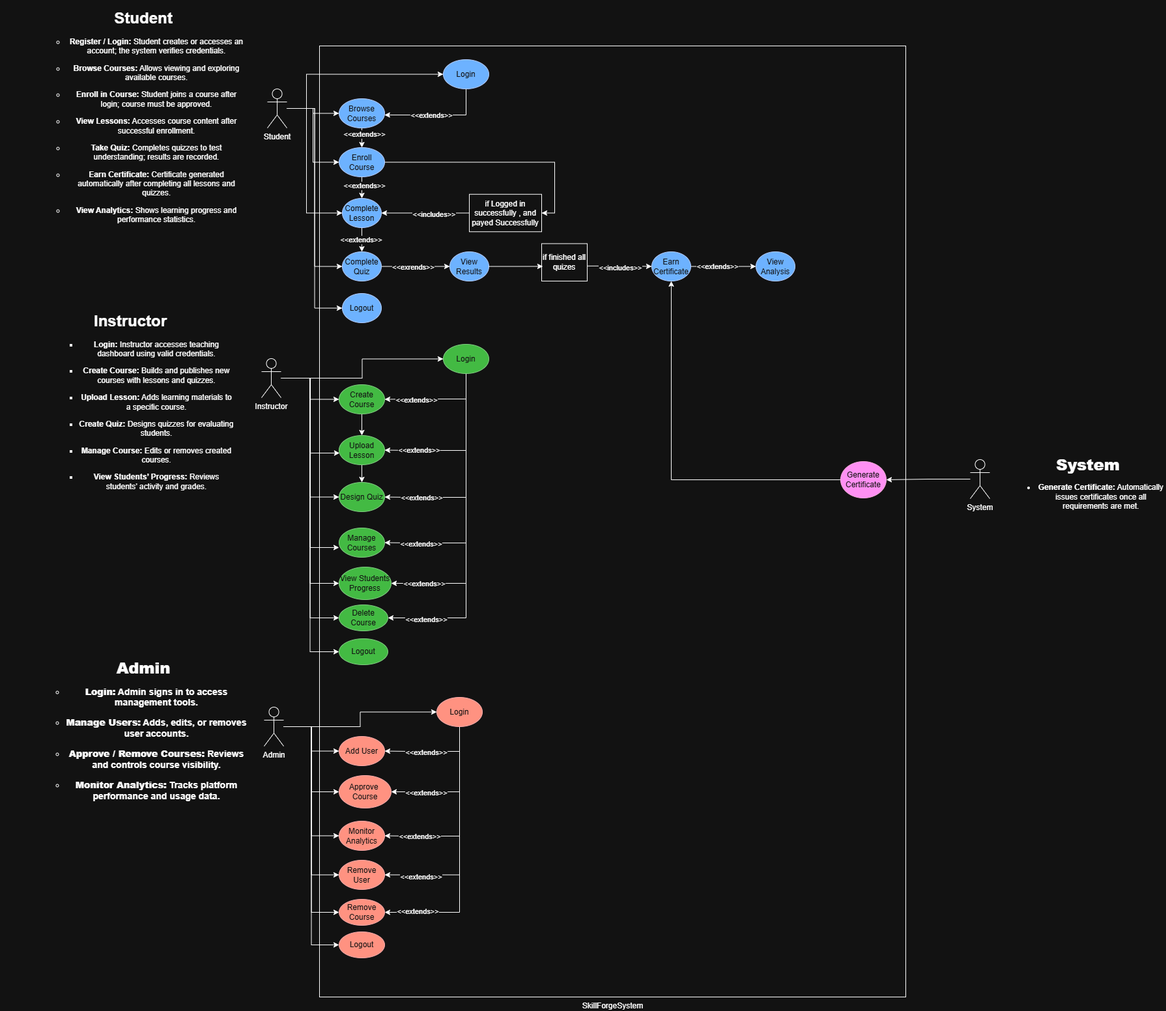
23010477/Lab6_SkillForge keeps this draw.io diagram as UseCase_Diagram/UseCase.drawio.png. Above is the earlier version. Source tidied: cells renumbered, new cells last; positions are measured from the earlier drawing's top-left corner, leaving out a move shared by most shapes.
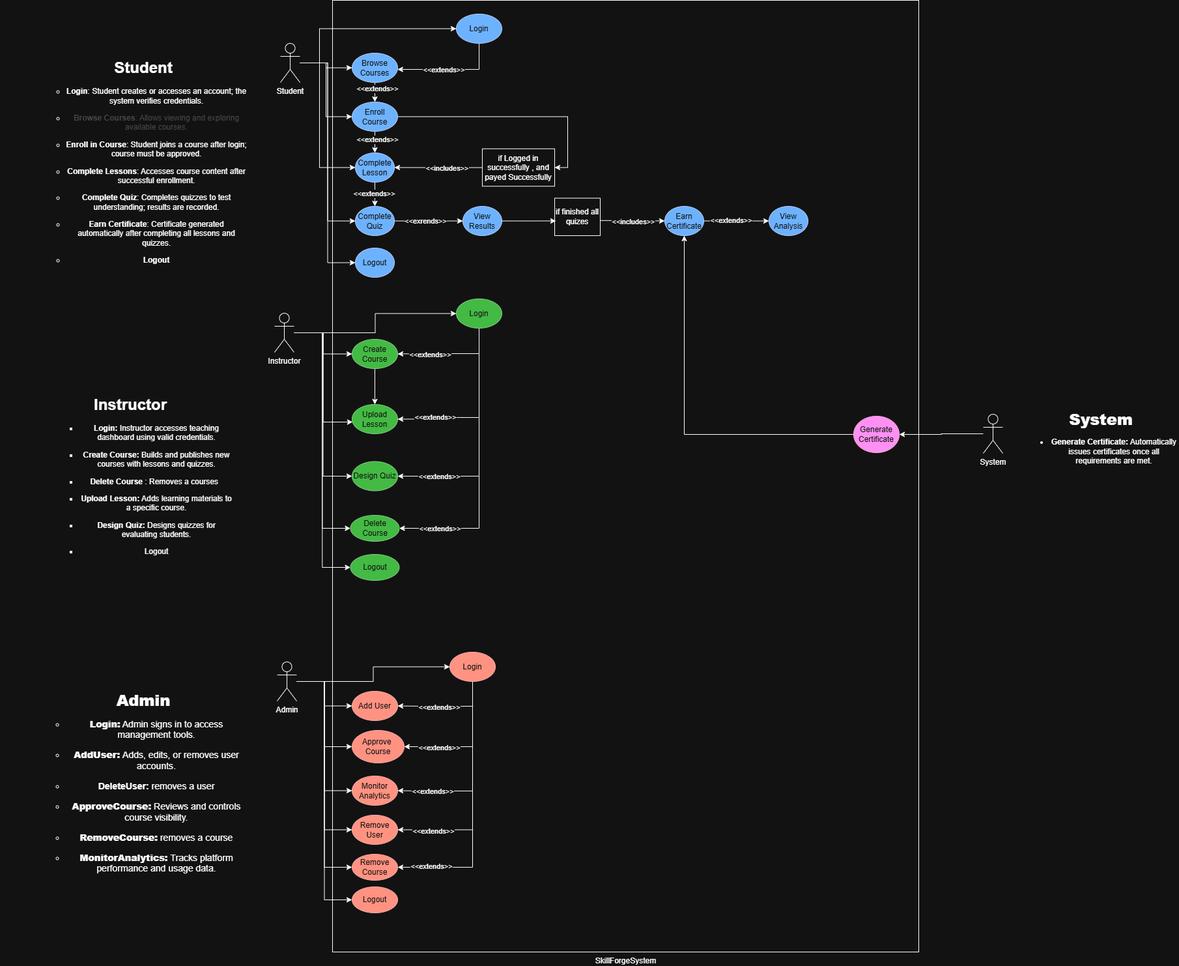
Above is the later version.

Commit message:
added photos of usecase and sequence

What changed in the source:
```diff
@@ -42,9 +42,6 @@
     <mxCell id="11" style="edgeStyle=orthogonalEdgeStyle;rounded=0;jettySize=auto;html=1;entryX=0;entryY=0.5;entryDx=0;entryDy=0;" parent="1" edge="1" source="16" target="72">
       <mxGeometry relative="1" as="geometry" />
     </mxCell>
-    <mxCell id="12" style="edgeStyle=orthogonalEdgeStyle;rounded=0;jettySize=auto;html=1;entryX=0;entryY=0.5;entryDx=0;entryDy=0;" parent="1" edge="1" source="16" target="75">
-      <mxGeometry relative="1" as="geometry" />
-    </mxCell>
     <mxCell id="13" style="edgeStyle=orthogonalEdgeStyle;rounded=0;jettySize=auto;html=1;entryX=0;entryY=0.5;entryDx=0;entryDy=0;" parent="1" edge="1" source="16" target="94">
       <mxGeometry relative="1" as="geometry" />
     </mxCell>
@@ -196,8 +193,9 @@
     <mxCell id="56" style="edgeStyle=orthogonalEdgeStyle;rounded=0;jettySize=auto;html=1;entryX=1;entryY=0.5;entryDx=0;entryDy=0;" parent="1" edge="1" source="66" target="70">
       <mxGeometry relative="1" as="geometry">
         <Array as="points">
-          <mxPoint x="715" y="681" />
-          <mxPoint x="635" y="681" />
+          <mxPoint x="715" y="700" />
+          <mxPoint x="635" y="700" />
+          <mxPoint x="635" y="702" />
         </Array>
       </mxGeometry>
     </mxCell>
@@ -209,8 +207,7 @@
     <mxCell id="58" style="edgeStyle=orthogonalEdgeStyle;rounded=0;jettySize=auto;html=1;entryX=1;entryY=0.5;entryDx=0;entryDy=0;" parent="1" edge="1" source="66" target="72">
       <mxGeometry relative="1" as="geometry">
         <Array as="points">
-          <mxPoint x="715" y="753" />
-          <mxPoint x="635" y="753" />
+          <mxPoint x="715" y="790" />
         </Array>
       </mxGeometry>
     </mxCell>
@@ -219,36 +216,17 @@
         <mxPoint x="6" as="offset" />
       </mxGeometry>
     </mxCell>
-    <mxCell id="60" style="edgeStyle=orthogonalEdgeStyle;rounded=0;jettySize=auto;html=1;entryX=1;entryY=0.5;entryDx=0;entryDy=0;" parent="1" edge="1" source="66" target="73">
-      <mxGeometry relative="1" as="geometry">
-        <Array as="points">
-          <mxPoint x="715" y="823" />
-          <mxPoint x="635" y="823" />
-        </Array>
-      </mxGeometry>
-    </mxCell>
-    <mxCell id="61" value="&amp;lt;&amp;lt;extends&amp;gt;&amp;gt;" style="edgeLabel;html=1;align=center;verticalAlign=middle;" parent="60" vertex="1">
-      <mxGeometry x="0.71" y="1" relative="1" as="geometry" />
-    </mxCell>
-    <mxCell id="62" style="edgeStyle=orthogonalEdgeStyle;rounded=0;jettySize=auto;html=1;entryX=1;entryY=0.5;entryDx=0;entryDy=0;" parent="1" edge="1" source="66" target="75">
-      <mxGeometry relative="1" as="geometry">
-        <Array as="points">
-          <mxPoint x="715" y="885" />
-        </Array>
-      </mxGeometry>
-    </mxCell>
-    <mxCell id="63" value="&amp;lt;&amp;lt;extends&amp;gt;&amp;gt;" style="edgeLabel;html=1;align=center;verticalAlign=middle;" parent="62" vertex="1">
-      <mxGeometry x="0.77" relative="1" as="geometry" />
-    </mxCell>
     <mxCell id="64" style="edgeStyle=orthogonalEdgeStyle;rounded=0;jettySize=auto;html=1;entryX=1;entryY=0.5;entryDx=0;entryDy=0;" parent="1" edge="1" source="66" target="94">
       <mxGeometry relative="1" as="geometry">
         <Array as="points">
-          <mxPoint x="715" y="938" />
+          <mxPoint x="715" y="870" />
         </Array>
       </mxGeometry>
     </mxCell>
     <mxCell id="65" value="&amp;lt;&amp;lt;extends&amp;gt;&amp;gt;" style="edgeLabel;html=1;align=center;verticalAlign=middle;" parent="64" vertex="1">
-      <mxGeometry x="0.77" y="2" relative="1" as="geometry" />
+      <mxGeometry x="0.77" y="2" relative="1" as="geometry">
+        <mxPoint x="13" y="-2" as="offset" />
+      </mxGeometry>
     </mxCell>
     <mxCell id="66" value="Login" style="ellipse;whiteSpace=wrap;html=1;fillColor=#008a00;fontColor=#ffffff;strokeColor=#005700;shadow=0;" parent="1" vertex="1">
       <mxGeometry x="680" y="518" width="70" height="45" as="geometry" />
@@ -259,29 +237,15 @@
     <mxCell id="68" value="Create Course" style="ellipse;whiteSpace=wrap;html=1;fillColor=#008a00;fontColor=#ffffff;strokeColor=#005700;shadow=0;" parent="1" vertex="1">
       <mxGeometry x="520" y="580" width="70" height="45" as="geometry" />
     </mxCell>
-    <mxCell id="69" style="edgeStyle=orthogonalEdgeStyle;rounded=0;jettySize=auto;html=1;" parent="1" edge="1" source="70">
-      <mxGeometry relative="1" as="geometry">
-        <mxPoint x="555" y="730" as="targetPoint" />
-      </mxGeometry>
-    </mxCell>
     <mxCell id="70" value="Upload Lesson" style="ellipse;whiteSpace=wrap;html=1;fillColor=#008a00;fontColor=#ffffff;strokeColor=#005700;shadow=0;" parent="1" vertex="1">
-      <mxGeometry x="520" y="658" width="70" height="45" as="geometry" />
+      <mxGeometry x="520" y="680" width="70" height="45" as="geometry" />
     </mxCell>
     <mxCell id="71" style="edgeStyle=orthogonalEdgeStyle;rounded=0;jettySize=auto;html=1;entryX=0.013;entryY=0.6;entryDx=0;entryDy=0;entryPerimeter=0;" parent="1" edge="1" source="16" target="70">
       <mxGeometry relative="1" as="geometry" />
     </mxCell>
     <mxCell id="72" value="Design Quiz" style="ellipse;whiteSpace=wrap;html=1;fillColor=#008a00;fontColor=#ffffff;strokeColor=#005700;shadow=0;" parent="1" vertex="1">
-      <mxGeometry x="520" y="730" width="70" height="45" as="geometry" />
+      <mxGeometry x="520" y="767.5" width="70" height="45" as="geometry" />
     </mxCell>
-    <mxCell id="73" value="Manage Courses" style="ellipse;whiteSpace=wrap;html=1;fillColor=#008a00;fontColor=#ffffff;strokeColor=#005700;shadow=0;" parent="1" vertex="1">
-      <mxGeometry x="520" y="800" width="70" height="45" as="geometry" />
-    </mxCell>
-    <mxCell id="74" style="edgeStyle=orthogonalEdgeStyle;rounded=0;jettySize=auto;html=1;entryX=0;entryY=0.667;entryDx=0;entryDy=0;entryPerimeter=0;" parent="1" edge="1" source="16" target="73">
-      <mxGeometry relative="1" as="geometry" />
-    </mxCell>
-    <mxCell id="75" value="View Students Progress" style="ellipse;whiteSpace=wrap;html=1;fillColor=#008a00;fontColor=#ffffff;strokeColor=#005700;shadow=0;" parent="1" vertex="1">
-      <mxGeometry x="520" y="860" width="80" height="50" as="geometry" />
-    </mxCell>
     <mxCell id="76" style="edgeStyle=orthogonalEdgeStyle;rounded=0;jettySize=auto;html=1;entryX=1;entryY=0.5;entryDx=0;entryDy=0;" parent="1" edge="1" source="86" target="87">
       <mxGeometry relative="1" as="geometry">
         <Array as="points">
@@ -359,10 +323,10 @@
       <mxGeometry x="525" y="440" width="60" height="45" as="geometry" />
     </mxCell>
     <mxCell id="94" value="Delete Course" style="ellipse;whiteSpace=wrap;html=1;fillColor=#008a00;fontColor=#ffffff;strokeColor=#005700;shadow=0;" parent="1" vertex="1">
-      <mxGeometry x="520" y="918" width="75" height="40" as="geometry" />
+      <mxGeometry x="517.5" y="850" width="75" height="40" as="geometry" />
     </mxCell>
     <mxCell id="95" value="Logout" style="ellipse;whiteSpace=wrap;html=1;fillColor=#008a00;fontColor=#ffffff;strokeColor=#005700;shadow=0;" parent="1" vertex="1">
-      <mxGeometry x="520" y="970" width="75" height="40" as="geometry" />
+      <mxGeometry x="517.5" y="910" width="75" height="40" as="geometry" />
     </mxCell>
     <mxCell id="96" value="Remove User" style="ellipse;whiteSpace=wrap;html=1;fillColor=#e51400;fontColor=#ffffff;strokeColor=#B20000;" parent="1" vertex="1">
       <mxGeometry x="520" y="1310" width="70" height="45" as="geometry" />
@@ -373,14 +337,14 @@
     <mxCell id="98" value="Logout" style="ellipse;whiteSpace=wrap;html=1;fillColor=#e51400;fontColor=#ffffff;strokeColor=#B20000;" parent="1" vertex="1">
       <mxGeometry x="520" y="1420" width="70" height="40" as="geometry" />
     </mxCell>
-    <mxCell id="99" value="&lt;ul&gt;&lt;h3&gt;&lt;strong&gt;&lt;font style=&quot;font-size: 24px;&quot;&gt;Admin&lt;/font&gt;&lt;/strong&gt;&lt;/h3&gt;&lt;h3&gt;&lt;ul&gt;&lt;li&gt;&lt;p&gt;&lt;strong&gt;Login:&lt;/strong&gt;&amp;nbsp;Admin signs in to access management tools.&lt;/p&gt;&lt;/li&gt;&lt;li&gt;&lt;p&gt;&lt;strong&gt;Manage Users:&lt;/strong&gt;&amp;nbsp;Adds, edits, or removes user accounts.&lt;/p&gt;&lt;/li&gt;&lt;li&gt;&lt;p&gt;&lt;strong&gt;Approve / Remove Courses:&lt;/strong&gt;&amp;nbsp;Reviews and controls course visibility.&lt;/p&gt;&lt;/li&gt;&lt;li&gt;&lt;p&gt;&lt;strong&gt;Monitor Analytics:&lt;/strong&gt;&amp;nbsp;Tracks platform performance and usage data.&lt;/p&gt;&lt;/li&gt;&lt;/ul&gt;&lt;/h3&gt;&lt;/ul&gt;" style="text;html=1;whiteSpace=wrap;strokeColor=none;fillColor=none;align=center;verticalAlign=middle;rounded=0;" parent="1" vertex="1">
-      <mxGeometry x="20" y="980" width="360" height="260" as="geometry" />
+    <mxCell id="99" value="&lt;ul&gt;&lt;h3&gt;&lt;strong&gt;&lt;font style=&quot;font-size: 24px;&quot;&gt;Admin&lt;/font&gt;&lt;/strong&gt;&lt;/h3&gt;&lt;h3&gt;&lt;ul&gt;&lt;li&gt;&lt;p&gt;&lt;strong&gt;Login:&lt;/strong&gt;&lt;span style=&quot;font-weight: normal;&quot;&gt;&amp;nbsp;Admin signs in to access management tools.&lt;/span&gt;&lt;/p&gt;&lt;/li&gt;&lt;li&gt;&lt;p&gt;&lt;strong&gt;AddUser:&lt;/strong&gt;&amp;nbsp;&lt;span style=&quot;font-weight: normal;&quot;&gt;Adds, edits, or removes user accounts.&lt;/span&gt;&lt;/p&gt;&lt;/li&gt;&lt;li&gt;&lt;p&gt;DeleteUser: &lt;span style=&quot;font-weight: normal;&quot;&gt;removes a user&lt;/span&gt;&lt;/p&gt;&lt;/li&gt;&lt;li&gt;&lt;p&gt;&lt;strong&gt;ApproveCourse:&lt;/strong&gt;&amp;nbsp;&lt;span style=&quot;font-weight: normal;&quot;&gt;Reviews and controls course visibility.&lt;/span&gt;&lt;/p&gt;&lt;/li&gt;&lt;li&gt;&lt;p&gt;&lt;strong style=&quot;&quot;&gt;RemoveCourse:&lt;/strong&gt;&lt;strong style=&quot;font-weight: normal;&quot;&gt; &lt;/strong&gt;&lt;span style=&quot;font-weight: normal;&quot;&gt;removes a course&lt;/span&gt;&lt;/p&gt;&lt;/li&gt;&lt;li&gt;&lt;p&gt;&lt;strong&gt;MonitorAnalytics:&lt;/strong&gt;&amp;nbsp;&lt;span style=&quot;font-weight: normal;&quot;&gt;Tracks platform performance and usage data.&lt;/span&gt;&lt;/p&gt;&lt;/li&gt;&lt;/ul&gt;&lt;/h3&gt;&lt;/ul&gt;" style="text;html=1;whiteSpace=wrap;strokeColor=none;fillColor=none;align=center;verticalAlign=middle;rounded=0;" parent="1" vertex="1">
+      <mxGeometry y="1130" width="360" height="260" as="geometry" />
     </mxCell>
-    <mxCell id="100" value="&lt;ul&gt;&lt;h3 style=&quot;forced-color-adjust: none; box-shadow: none !important;&quot;&gt;&lt;span style=&quot;forced-color-adjust: none; box-shadow: none !important;&quot;&gt;&lt;font style=&quot;forced-color-adjust: none; box-shadow: none !important; font-size: 24px;&quot;&gt;Instructor&lt;/font&gt;&lt;/span&gt;&lt;/h3&gt;&lt;h3&gt;&lt;ul style=&quot;font-size: 12px; font-weight: 400;&quot;&gt;&lt;ul&gt;&lt;li&gt;&lt;p&gt;&lt;strong&gt;Login:&lt;/strong&gt;&amp;nbsp;Instructor accesses teaching dashboard using valid credentials.&lt;/p&gt;&lt;/li&gt;&lt;li&gt;&lt;p&gt;&lt;strong&gt;Create Course:&lt;/strong&gt;&amp;nbsp;Builds and publishes new courses with lessons and quizzes.&lt;/p&gt;&lt;/li&gt;&lt;li&gt;&lt;p&gt;&lt;strong&gt;Upload Lesson:&lt;/strong&gt;&amp;nbsp;Adds learning materials to a specific course.&lt;/p&gt;&lt;/li&gt;&lt;li&gt;&lt;p&gt;&lt;strong&gt;Create Quiz:&lt;/strong&gt;&amp;nbsp;Designs quizzes for evaluating students.&lt;/p&gt;&lt;/li&gt;&lt;li&gt;&lt;p&gt;&lt;strong&gt;Manage Course:&lt;/strong&gt;&amp;nbsp;Edits or removes created courses.&lt;/p&gt;&lt;/li&gt;&lt;li&gt;&lt;p&gt;&lt;strong&gt;View Students’ Progress:&lt;/strong&gt;&amp;nbsp;Reviews students’ activity and grades.&lt;/p&gt;&lt;/li&gt;&lt;/ul&gt;&lt;/ul&gt;&lt;/h3&gt;&lt;/ul&gt;" style="text;html=1;whiteSpace=wrap;strokeColor=none;fillColor=none;align=center;verticalAlign=middle;rounded=0;" parent="1" vertex="1">
-      <mxGeometry y="457.5" width="360" height="297.5" as="geometry" />
+    <mxCell id="100" value="&lt;ul&gt;&lt;h3 style=&quot;forced-color-adjust: none; box-shadow: none !important;&quot;&gt;&lt;span style=&quot;forced-color-adjust: none; box-shadow: none !important;&quot;&gt;&lt;font style=&quot;forced-color-adjust: none; box-shadow: none !important; font-size: 24px;&quot;&gt;Instructor&lt;/font&gt;&lt;/span&gt;&lt;/h3&gt;&lt;h3&gt;&lt;ul style=&quot;font-size: 12px;&quot;&gt;&lt;ul style=&quot;&quot;&gt;&lt;li style=&quot;font-weight: 400;&quot;&gt;&lt;p&gt;&lt;strong&gt;Login:&lt;/strong&gt;&amp;nbsp;Instructor accesses teaching dashboard using valid credentials.&lt;/p&gt;&lt;/li&gt;&lt;li style=&quot;font-weight: 400;&quot;&gt;&lt;p&gt;&lt;strong&gt;Create Course:&lt;/strong&gt;&amp;nbsp;Builds and publishes new courses with lessons and quizzes.&lt;/p&gt;&lt;/li&gt;&lt;li style=&quot;&quot;&gt;&lt;p style=&quot;&quot;&gt;Delete Course&lt;span style=&quot;font-weight: 400;&quot;&gt; : Removes a courses&amp;nbsp;&amp;nbsp;&lt;/span&gt;&lt;/p&gt;&lt;/li&gt;&lt;li style=&quot;font-weight: 400;&quot;&gt;&lt;p&gt;&lt;strong&gt;Upload Lesson:&lt;/strong&gt;&amp;nbsp;Adds learning materials to a specific course.&lt;/p&gt;&lt;/li&gt;&lt;li style=&quot;font-weight: 400;&quot;&gt;&lt;p&gt;&lt;strong&gt;Design Quiz:&lt;/strong&gt;&amp;nbsp;Designs quizzes for evaluating students.&lt;/p&gt;&lt;/li&gt;&lt;li style=&quot;font-weight: 400;&quot;&gt;&lt;p&gt;Logout&lt;/p&gt;&lt;/li&gt;&lt;/ul&gt;&lt;/ul&gt;&lt;/h3&gt;&lt;/ul&gt;" style="text;html=1;whiteSpace=wrap;strokeColor=none;fillColor=none;align=center;verticalAlign=middle;rounded=0;" parent="1" vertex="1">
+      <mxGeometry x="-20" y="641.2" width="360" height="297.5" as="geometry" />
     </mxCell>
-    <mxCell id="101" value="&lt;ul&gt;&lt;h3&gt;&lt;span&gt;&lt;font style=&quot;font-size: 24px;&quot;&gt;Student&lt;/font&gt;&lt;/span&gt;&lt;/h3&gt;&lt;h3&gt;&lt;ul style=&quot;font-size: 12px; font-weight: 400;&quot;&gt;&lt;li&gt;&lt;p&gt;&lt;strong&gt;Register / Login:&lt;/strong&gt;&amp;nbsp;Student creates or accesses an account; the system verifies credentials.&lt;/p&gt;&lt;/li&gt;&lt;li&gt;&lt;p&gt;&lt;strong&gt;Browse Courses:&lt;/strong&gt;&amp;nbsp;Allows viewing and exploring available courses.&lt;/p&gt;&lt;/li&gt;&lt;li&gt;&lt;p&gt;&lt;strong&gt;Enroll in Course:&lt;/strong&gt;&amp;nbsp;Student joins a course after login; course must be approved.&lt;/p&gt;&lt;/li&gt;&lt;li&gt;&lt;p&gt;&lt;strong&gt;View Lessons:&lt;/strong&gt;&amp;nbsp;Accesses course content after successful enrollment.&lt;/p&gt;&lt;/li&gt;&lt;li&gt;&lt;p&gt;&lt;strong&gt;Take Quiz:&lt;/strong&gt;&amp;nbsp;Completes quizzes to test understanding; results are recorded.&lt;/p&gt;&lt;/li&gt;&lt;li&gt;&lt;p&gt;&lt;strong&gt;Earn Certificate:&lt;/strong&gt;&amp;nbsp;Certificate generated automatically after completing all lessons and quizzes.&lt;/p&gt;&lt;/li&gt;&lt;li&gt;&lt;p&gt;&lt;strong&gt;View Analytics:&lt;/strong&gt;&amp;nbsp;Shows learning progress and performance statistics.&lt;/p&gt;&lt;br&gt;&lt;/li&gt;&lt;/ul&gt;&lt;/h3&gt;&lt;/ul&gt;" style="text;html=1;whiteSpace=wrap;strokeColor=none;fillColor=none;align=center;verticalAlign=middle;rounded=0;" parent="1" vertex="1">
-      <mxGeometry x="20" width="360" height="363.5" as="geometry" />
+    <mxCell id="101" value="&lt;ul&gt;&lt;h3&gt;&lt;span style=&quot;&quot;&gt;&lt;font style=&quot;font-size: 24px;&quot;&gt;Student&lt;/font&gt;&lt;/span&gt;&lt;/h3&gt;&lt;h3&gt;&lt;ul style=&quot;font-size: 12px;&quot;&gt;&lt;li style=&quot;&quot;&gt;&lt;p&gt;&lt;span style=&quot;&quot;&gt;Login&lt;span style=&quot;font-weight: normal;&quot;&gt;:&lt;/span&gt;&lt;/span&gt;&lt;span style=&quot;font-weight: normal;&quot;&gt;&amp;nbsp;Student creates or accesses an account; the system verifies credentials.&lt;/span&gt;&lt;/p&gt;&lt;/li&gt;&lt;li style=&quot;&quot;&gt;&lt;p style=&quot;&quot;&gt;&lt;span style=&quot;color: rgb(192, 192, 192); background-color: transparent;&quot;&gt;Browse Courses&lt;span style=&quot;font-weight: normal;&quot;&gt;:&lt;/span&gt;&lt;/span&gt;&lt;span style=&quot;font-weight: normal; color: rgb(192, 192, 192); background-color: transparent;&quot;&gt;&amp;nbsp;Allows viewing and exploring available courses.&lt;/span&gt;&lt;/p&gt;&lt;/li&gt;&lt;li style=&quot;&quot;&gt;&lt;p&gt;&lt;span style=&quot;&quot;&gt;Enroll in Course&lt;span style=&quot;font-weight: normal;&quot;&gt;:&lt;/span&gt;&lt;/span&gt;&lt;span style=&quot;font-weight: normal;&quot;&gt;&amp;nbsp;Student joins a course after login; course must be approved.&lt;/span&gt;&lt;/p&gt;&lt;/li&gt;&lt;li style=&quot;&quot;&gt;&lt;p&gt;&lt;span style=&quot;&quot;&gt;Complete Lessons&lt;span style=&quot;font-weight: normal;&quot;&gt;:&lt;/span&gt;&lt;/span&gt;&lt;span style=&quot;font-weight: normal;&quot;&gt;&amp;nbsp;Accesses course content after successful enrollment.&lt;/span&gt;&lt;/p&gt;&lt;/li&gt;&lt;li style=&quot;&quot;&gt;&lt;p&gt;&lt;span style=&quot;&quot;&gt;Complete Quiz&lt;span style=&quot;font-weight: normal;&quot;&gt;:&lt;/span&gt;&lt;/span&gt;&lt;span style=&quot;font-weight: normal;&quot;&gt;&amp;nbsp;Completes quizzes to test understanding; results are recorded.&lt;/span&gt;&lt;/p&gt;&lt;/li&gt;&lt;li style=&quot;&quot;&gt;&lt;p&gt;&lt;span style=&quot;&quot;&gt;Earn Certificate&lt;span style=&quot;font-weight: normal;&quot;&gt;:&lt;/span&gt;&lt;/span&gt;&lt;span style=&quot;font-weight: normal;&quot;&gt;&amp;nbsp;Certificate generated automatically after completing all lessons and quizzes.&lt;/span&gt;&lt;/p&gt;&lt;/li&gt;&lt;li style=&quot;&quot;&gt;&lt;p style=&quot;&quot;&gt;Logout&lt;/p&gt;&lt;/li&gt;&lt;/ul&gt;&lt;/h3&gt;&lt;/ul&gt;" style="text;html=1;whiteSpace=wrap;strokeColor=none;fillColor=none;align=center;verticalAlign=middle;rounded=0;" parent="1" vertex="1">
+      <mxGeometry y="126" width="360" height="363.5" as="geometry" />
     </mxCell>
     <mxCell id="102" value="&lt;h3&gt; &lt;strong&gt;&lt;font style=&quot;font-size: 24px;&quot;&gt;System&lt;/font&gt;&lt;/strong&gt;&lt;/h3&gt;&lt;ul&gt;&lt;li&gt;&lt;p&gt;&lt;strong&gt;Generate Certificate:&lt;/strong&gt; Automatically issues certificates once all requirements are met.&lt;/p&gt;&lt;/li&gt;&lt;/ul&gt;" style="text;html=1;whiteSpace=wrap;strokeColor=none;fillColor=none;align=center;verticalAlign=middle;rounded=0;" parent="1" vertex="1">
       <mxGeometry x="1550" y="600" width="240" height="260" as="geometry" />
```
